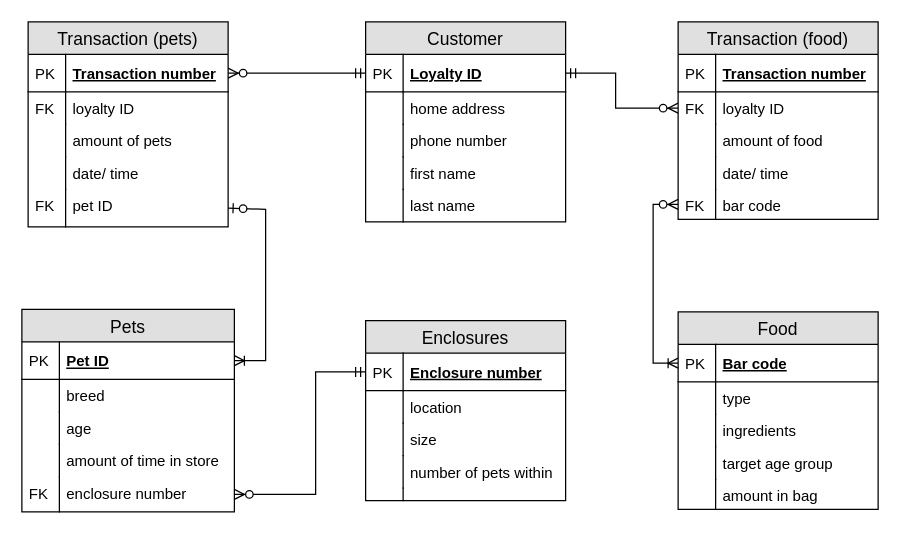
The draw.io diagram PetShop.drawio in hek5118/IST-210, before the edit. Source tidied: cells renumbered, new cells numbered last; positions are measured from the earlier drawing's top-left corner, leaving out a move shared by most shapes. Both pictures are drawn from the tidied source at 125%, with x=0, y=0 at pixel (21, 21).
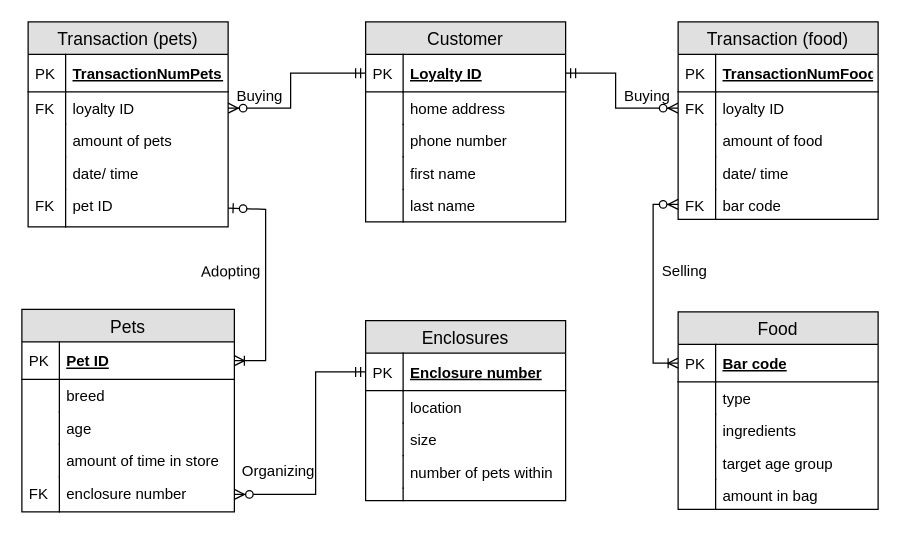
After the change.

The change refers to these unchanged cells:
```xml
<mxCell id="3" value="Loyalty ID" style="shape=partialRectangle;top=0;left=0;right=0;bottom=1;align=left;verticalAlign=middle;fillColor=none;spacingLeft=34;spacingRight=4;overflow=hidden;points=[[0,0.5],[1,0.5]];portConstraint=eastwest;fontStyle=5;fontSize=12;" parent="2" vertex="1">
  <mxGeometry y="26" width="160" height="30" as="geometry" />
</mxCell>
<mxCell id="13" value="Transaction (pets)" style="swimlane;fontStyle=0;horizontal=1;startSize=26;fillColor=#e0e0e0;swimlaneFillColor=#ffffff;align=center;fontSize=14;" parent="1" vertex="1">
  <mxGeometry x="5" width="160" height="164" as="geometry" />
</mxCell>
<mxCell id="16" value="loyalty ID" style="shape=partialRectangle;top=0;left=0;right=0;bottom=0;align=left;verticalAlign=top;fillColor=none;spacingLeft=34;spacingRight=4;overflow=hidden;points=[[0,0.5],[1,0.5]];portConstraint=eastwest;fontSize=12;" parent="13" vertex="1">
  <mxGeometry y="56" width="160" height="26" as="geometry" />
</mxCell>
<mxCell id="60" value="Transaction (food)" style="swimlane;fontStyle=0;horizontal=1;startSize=26;fillColor=#e0e0e0;swimlaneFillColor=#ffffff;align=center;fontSize=14;" parent="1" vertex="1">
  <mxGeometry x="525" width="160" height="158" as="geometry" />
</mxCell>
```

What changed in the source:
```diff
@@
-    <mxCell id="14" value="Transaction number" style="shape=partialRectangle;top=0;left=0;right=0;bottom=1;align=left;verticalAlign=middle;fillColor=none;spacingLeft=34;spacingRight=4;overflow=hidden;points=[[0,0.5],[1,0.5]];portConstraint=eastwest;fontStyle=5;fontSize=12;" parent="13" vertex="1">
+    <mxCell id="14" value="TransactionNumPets " style="shape=partialRectangle;top=0;left=0;right=0;bottom=1;align=left;verticalAlign=middle;fillColor=none;spacingLeft=34;spacingRight=4;overflow=hidden;points=[[0,0.5],[1,0.5]];portConstraint=eastwest;fontStyle=5;fontSize=12;" parent="13" vertex="1">
       <mxGeometry y="26" width="160" height="30" as="geometry" />
     </mxCell>
@@
-    <mxCell id="57" style="endArrow=ERzeroToMany;html=1;entryX=1;entryY=0.5;entryDx=0;entryDy=0;endFill=1;startArrow=ERmandOne;startFill=0;rounded=0;exitX=0;exitY=0.5;exitDx=0;exitDy=0;" parent="1" edge="1" source="3" target="14">
-      <mxGeometry relative="1" as="geometry" />
-    </mxCell>
@@
-    <mxCell id="61" value="Transaction number" style="shape=partialRectangle;top=0;left=0;right=0;bottom=1;align=left;verticalAlign=middle;fillColor=none;spacingLeft=34;spacingRight=4;overflow=hidden;fontStyle=5;fontSize=12;" parent="60" vertex="1">
+    <mxCell id="61" value="TransactionNumFood" style="shape=partialRectangle;top=0;left=0;right=0;bottom=1;align=left;verticalAlign=middle;fillColor=none;spacingLeft=34;spacingRight=4;overflow=hidden;fontStyle=5;fontSize=12;" parent="60" vertex="1">
       <mxGeometry y="26" width="160" height="30" as="geometry" />
     </mxCell>
@@
+    <mxCell id="73" value="Buying" style="text;html=1;align=center;verticalAlign=middle;" parent="1" vertex="1">
+      <mxGeometry x="475" y="50" width="50" height="20" as="geometry" />
+    </mxCell>
+    <mxCell id="74" value="Adopting" style="text;html=1;align=center;verticalAlign=middle;rotation=-1;" parent="1" vertex="1">
+      <mxGeometry x="137" y="190" width="60" height="20" as="geometry" />
+    </mxCell>
+    <mxCell id="75" value="Organizing" style="text;html=1;align=center;verticalAlign=middle;" parent="1" vertex="1">
+      <mxGeometry x="170" y="350" width="70" height="20" as="geometry" />
+    </mxCell>
+    <mxCell id="76" value="Selling" style="text;html=1;align=center;verticalAlign=middle;" parent="1" vertex="1">
+      <mxGeometry x="505" y="190" width="50" height="20" as="geometry" />
+    </mxCell>
+    <mxCell id="77" style="endArrow=ERmandOne;html=1;exitX=1;exitY=0.5;exitDx=0;exitDy=0;entryX=0;entryY=0.5;entryDx=0;entryDy=0;endFill=0;startArrow=ERzeroToMany;startFill=1;strokeColor=#000000;rounded=0;" parent="1" edge="1" source="16" target="3">
+      <mxGeometry relative="1" as="geometry">
+        <Array as="points">
+          <mxPoint x="215" y="69" />
+          <mxPoint x="215" y="41" />
+        </Array>
+      </mxGeometry>
+    </mxCell>
+    <mxCell id="78" value="Buying" style="text;html=1;align=center;verticalAlign=middle;" parent="1" vertex="1">
+      <mxGeometry x="165" y="50" width="50" height="20" as="geometry" />
+    </mxCell>
```
